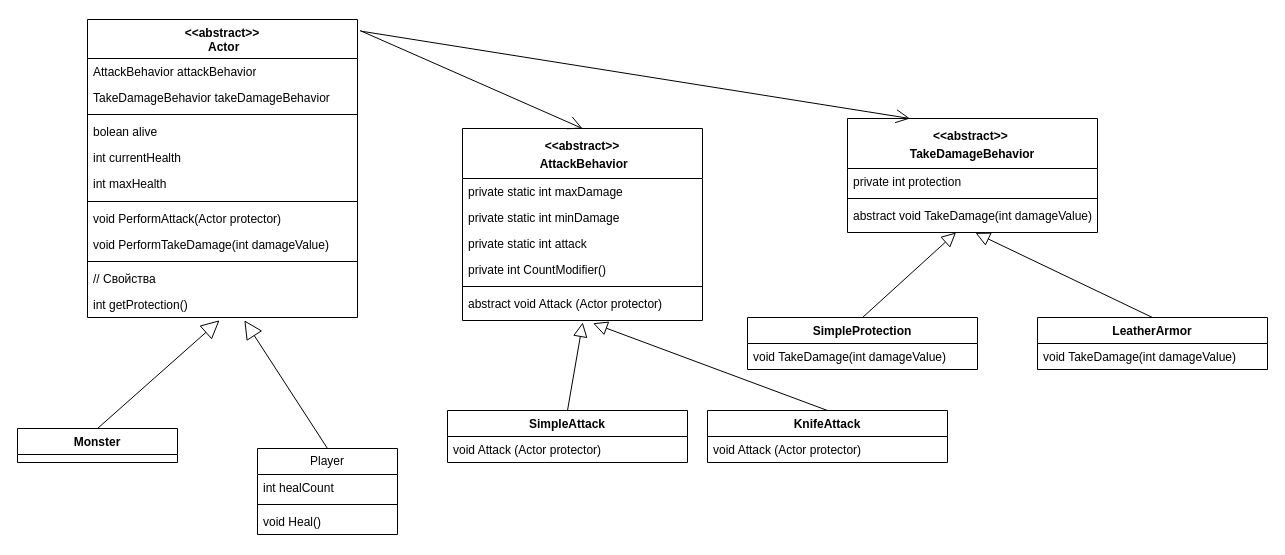
Above: page "AbstractRealization" (2 of 2) of HaHClassDiogram.drawio in AlertedCoffee/HaHTestTask (draw.io), before the change. Source tidied: cells renumbered, new cells numbered last; positions are measured from the earlier drawing's top-left corner, leaving out a move shared by most shapes. Both pictures are drawn from the tidied source at 100%, with x=0, y=0 at pixel (17, 19).
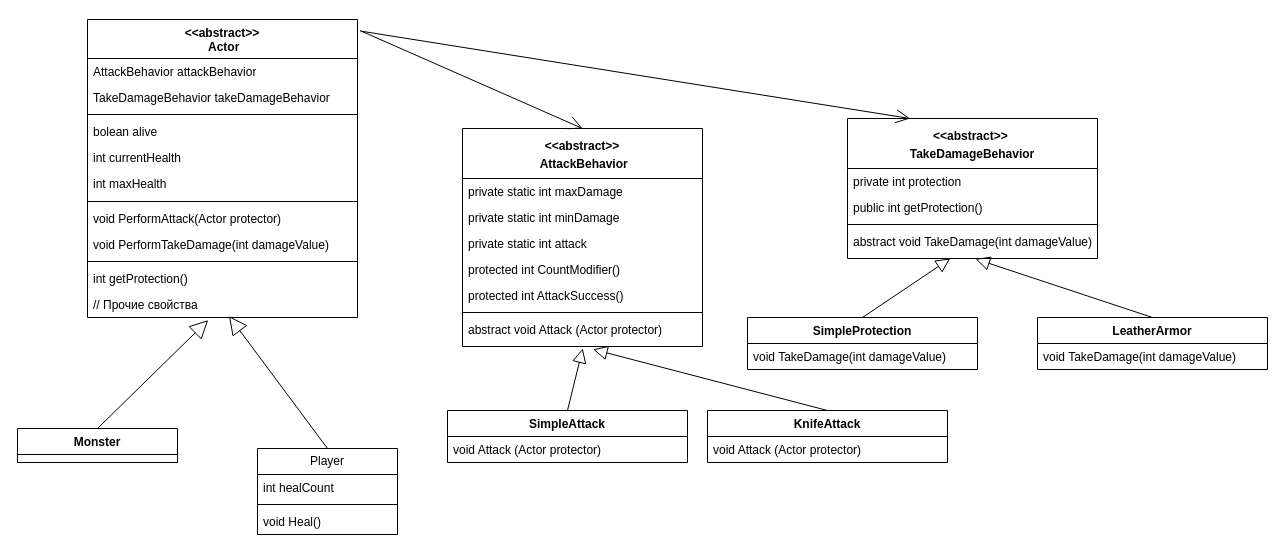
Above is the later version.

The change refers to these unchanged cells:
```xml
<mxCell id="2" value="&amp;lt;&amp;lt;abstract&amp;gt;&amp;gt;&lt;br&gt;&amp;nbsp;Actor" style="swimlane;fontStyle=1;align=center;verticalAlign=top;horizontal=1;startSize=39;whiteSpace=wrap;html=1;" parent="1" vertex="1">
  <mxGeometry x="70" width="270" height="298" as="geometry" />
</mxCell>
<mxCell id="33" value="Monster" style="swimlane;fontStyle=1;align=center;verticalAlign=top;horizontal=1;startSize=26;whiteSpace=wrap;html=1;" parent="1" vertex="1">
  <mxGeometry y="409" width="160" height="34" as="geometry" />
</mxCell>
<mxCell id="34" value="Player" style="swimlane;fontStyle=0;horizontal=1;startSize=26;fillColor=none;whiteSpace=wrap;html=1;" parent="1" vertex="1">
  <mxGeometry x="240" y="429" width="140" height="86" as="geometry" />
</mxCell>
```

The edit, as a diff of the source:
```diff
@@
+    <mxCell id="14" value="int getProtection()" style="text;strokeColor=none;fillColor=none;align=left;verticalAlign=top;spacingLeft=4;spacingRight=4;overflow=hidden;points=[[0,0.5],[1,0.5]];portConstraint=eastwest;whiteSpace=wrap;html=1;" parent="2" vertex="1">
+      <mxGeometry y="246" width="270" height="26" as="geometry" />
+    </mxCell>
-    <mxCell id="13" value="// Свойства" style="text;strokeColor=none;fillColor=none;align=left;verticalAlign=top;spacingLeft=4;spacingRight=4;overflow=hidden;points=[[0,0.5],[1,0.5]];portConstraint=eastwest;whiteSpace=wrap;html=1;" parent="2" vertex="1">
-      <mxGeometry y="246" width="270" height="26" as="geometry" />
+    <mxCell id="13" value="// Прочие свойства" style="text;strokeColor=none;fillColor=none;align=left;verticalAlign=top;spacingLeft=4;spacingRight=4;overflow=hidden;points=[[0,0.5],[1,0.5]];portConstraint=eastwest;whiteSpace=wrap;html=1;" parent="2" vertex="1">
+      <mxGeometry y="272" width="270" height="26" as="geometry" />
     </mxCell>
-    <mxCell id="14" value="int getProtection()" style="text;strokeColor=none;fillColor=none;align=left;verticalAlign=top;spacingLeft=4;spacingRight=4;overflow=hidden;points=[[0,0.5],[1,0.5]];portConstraint=eastwest;whiteSpace=wrap;html=1;" parent="2" vertex="1">
-      <mxGeometry y="272" width="270" height="26" as="geometry" />
-    </mxCell>
     <mxCell id="15" value="&lt;p style=&quot;border-color: var(--border-color); margin: 4px 0px 0px;&quot;&gt;&lt;b style=&quot;border-color: var(--border-color);&quot;&gt;&amp;lt;&amp;lt;abstract&amp;gt;&amp;gt;&lt;/b&gt;&lt;/p&gt;&lt;p style=&quot;border-color: var(--border-color); margin: 4px 0px 0px;&quot;&gt;&lt;b style=&quot;border-color: var(--border-color);&quot;&gt;&amp;nbsp;AttackBehavior&lt;/b&gt;&lt;/p&gt;" style="swimlane;fontStyle=1;align=center;verticalAlign=top;horizontal=1;startSize=50;whiteSpace=wrap;html=1;" parent="1" vertex="1">
-      <mxGeometry x="445" y="109" width="240" height="192" as="geometry" />
+      <mxGeometry x="445" y="109" width="240" height="218" as="geometry" />
     </mxCell>
@@
-    <mxCell id="19" value="private int CountModifier()" style="text;strokeColor=none;fillColor=none;align=left;verticalAlign=top;spacingLeft=4;spacingRight=4;overflow=hidden;whiteSpace=wrap;html=1;" parent="15" vertex="1">
+    <mxCell id="19" value="protected int CountModifier()" style="text;strokeColor=none;fillColor=none;align=left;verticalAlign=top;spacingLeft=4;spacingRight=4;overflow=hidden;whiteSpace=wrap;html=1;" parent="15" vertex="1">
       <mxGeometry y="128" width="240" height="26" as="geometry" />
     </mxCell>
+    <mxCell id="47" value="protected int AttackSuccess()" style="text;strokeColor=none;fillColor=none;align=left;verticalAlign=top;spacingLeft=4;spacingRight=4;overflow=hidden;whiteSpace=wrap;html=1;" parent="15" vertex="1">
+      <mxGeometry y="154" width="240" height="26" as="geometry" />
+    </mxCell>
     <mxCell id="20" style="line;strokeWidth=1;fillColor=none;align=left;verticalAlign=middle;spacingTop=-1;spacingLeft=3;spacingRight=3;labelPosition=right;strokeColor=inherit;" parent="15" vertex="1">
-      <mxGeometry y="154" width="240" height="8" as="geometry" />
+      <mxGeometry y="180" width="240" height="8" as="geometry" />
     </mxCell>
     <mxCell id="21" value="abstract void Attack (Actor protector)" style="text;strokeColor=none;fillColor=none;align=left;verticalAlign=top;spacingLeft=4;spacingRight=4;overflow=hidden;points=[[0,0.5],[1,0.5]];portConstraint=eastwest;whiteSpace=wrap;html=1;" parent="15" vertex="1">
-      <mxGeometry y="162" width="240" height="30" as="geometry" />
+      <mxGeometry y="188" width="240" height="30" as="geometry" />
     </mxCell>
     <mxCell id="22" value="&lt;p style=&quot;border-color: var(--border-color); margin: 4px 0px 0px;&quot;&gt;&amp;lt;&amp;lt;abstract&amp;gt;&amp;gt;&amp;nbsp;&lt;/p&gt;&lt;p style=&quot;border-color: var(--border-color); margin: 4px 0px 0px;&quot;&gt;TakeDamageBehavior&lt;br&gt;&lt;/p&gt;" style="swimlane;fontStyle=1;align=center;verticalAlign=top;horizontal=1;startSize=50;whiteSpace=wrap;html=1;" parent="1" vertex="1">
-      <mxGeometry x="830" y="99" width="250" height="114" as="geometry" />
+      <mxGeometry x="830" y="99" width="250" height="140" as="geometry" />
     </mxCell>
@@
+    <mxCell id="48" value="public int getProtection()" style="text;strokeColor=none;fillColor=none;align=left;verticalAlign=top;spacingLeft=4;spacingRight=4;overflow=hidden;whiteSpace=wrap;html=1;" parent="22" vertex="1">
+      <mxGeometry y="76" width="250" height="26" as="geometry" />
+    </mxCell>
     <mxCell id="24" style="line;strokeWidth=1;fillColor=none;align=left;verticalAlign=middle;spacingTop=-1;spacingLeft=3;spacingRight=3;labelPosition=right;strokeColor=inherit;" parent="22" vertex="1">
-      <mxGeometry y="76" width="250" height="8" as="geometry" />
+      <mxGeometry y="102" width="250" height="8" as="geometry" />
     </mxCell>
     <mxCell id="25" value="abstract void TakeDamage(int damageValue)" style="text;strokeColor=none;fillColor=none;align=left;verticalAlign=top;spacingLeft=4;spacingRight=4;overflow=hidden;points=[[0,0.5],[1,0.5]];portConstraint=eastwest;whiteSpace=wrap;html=1;" parent="22" vertex="1">
-      <mxGeometry y="84" width="250" height="30" as="geometry" />
+      <mxGeometry y="110" width="250" height="30" as="geometry" />
     </mxCell>
@@
-    <mxCell id="38" style="endArrow=block;endSize=16;endFill=0;html=1;rounded=0;entryX=0.489;entryY=1.108;entryDx=0;entryDy=0;entryPerimeter=0;exitX=0.5;exitY=0;exitDx=0;exitDy=0;" parent="1" edge="1" source="33" target="14">
+    <mxCell id="38" style="endArrow=block;endSize=16;endFill=0;html=1;rounded=0;entryX=0.447;entryY=1.1;entryDx=0;entryDy=0;entryPerimeter=0;exitX=0.5;exitY=0;exitDx=0;exitDy=0;" parent="1" edge="1" source="33" target="13">
       <mxGeometry relative="1" as="geometry" />
     </mxCell>
-    <mxCell id="39" style="endArrow=block;endSize=16;endFill=0;html=1;rounded=0;exitX=0.5;exitY=0;exitDx=0;exitDy=0;entryX=0.581;entryY=1.108;entryDx=0;entryDy=0;entryPerimeter=0;" parent="1" edge="1" source="34" target="14">
+    <mxCell id="39" style="endArrow=block;endSize=16;endFill=0;html=1;rounded=0;exitX=0.5;exitY=0;exitDx=0;exitDy=0;entryX=0.524;entryY=0.946;entryDx=0;entryDy=0;entryPerimeter=0;" parent="1" edge="1" source="34" target="13">
       <mxGeometry relative="1" as="geometry" />
     </mxCell>
```
